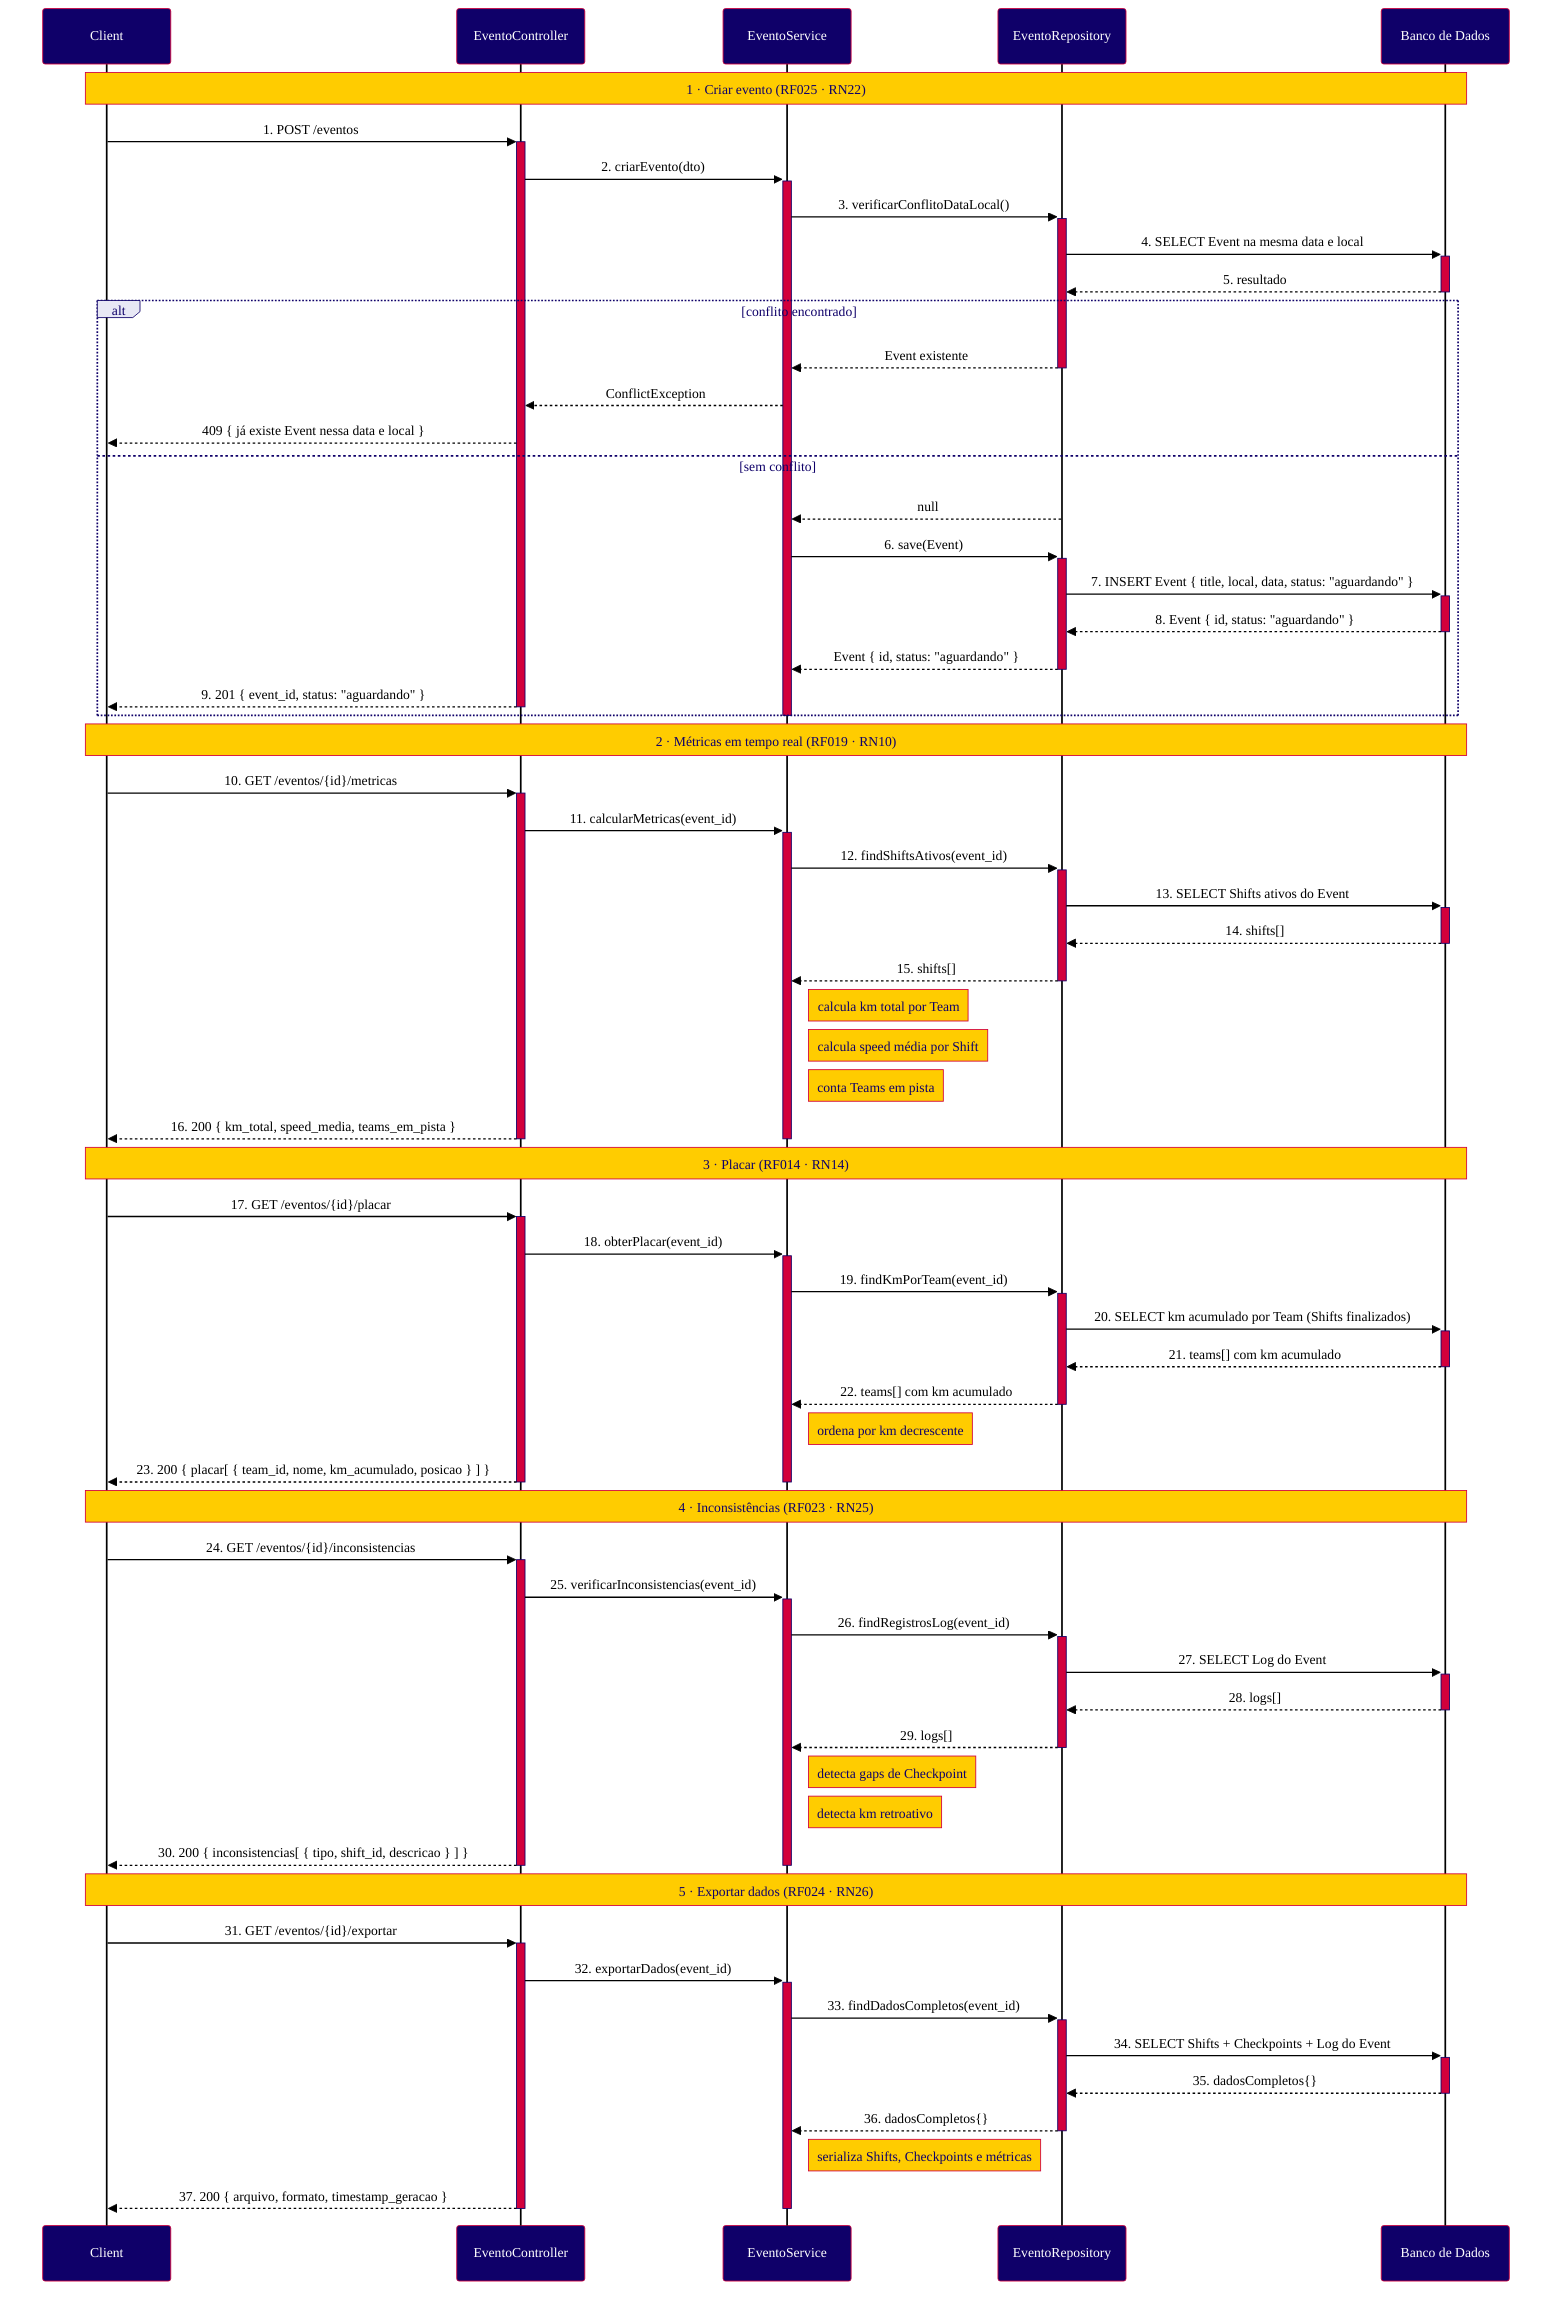
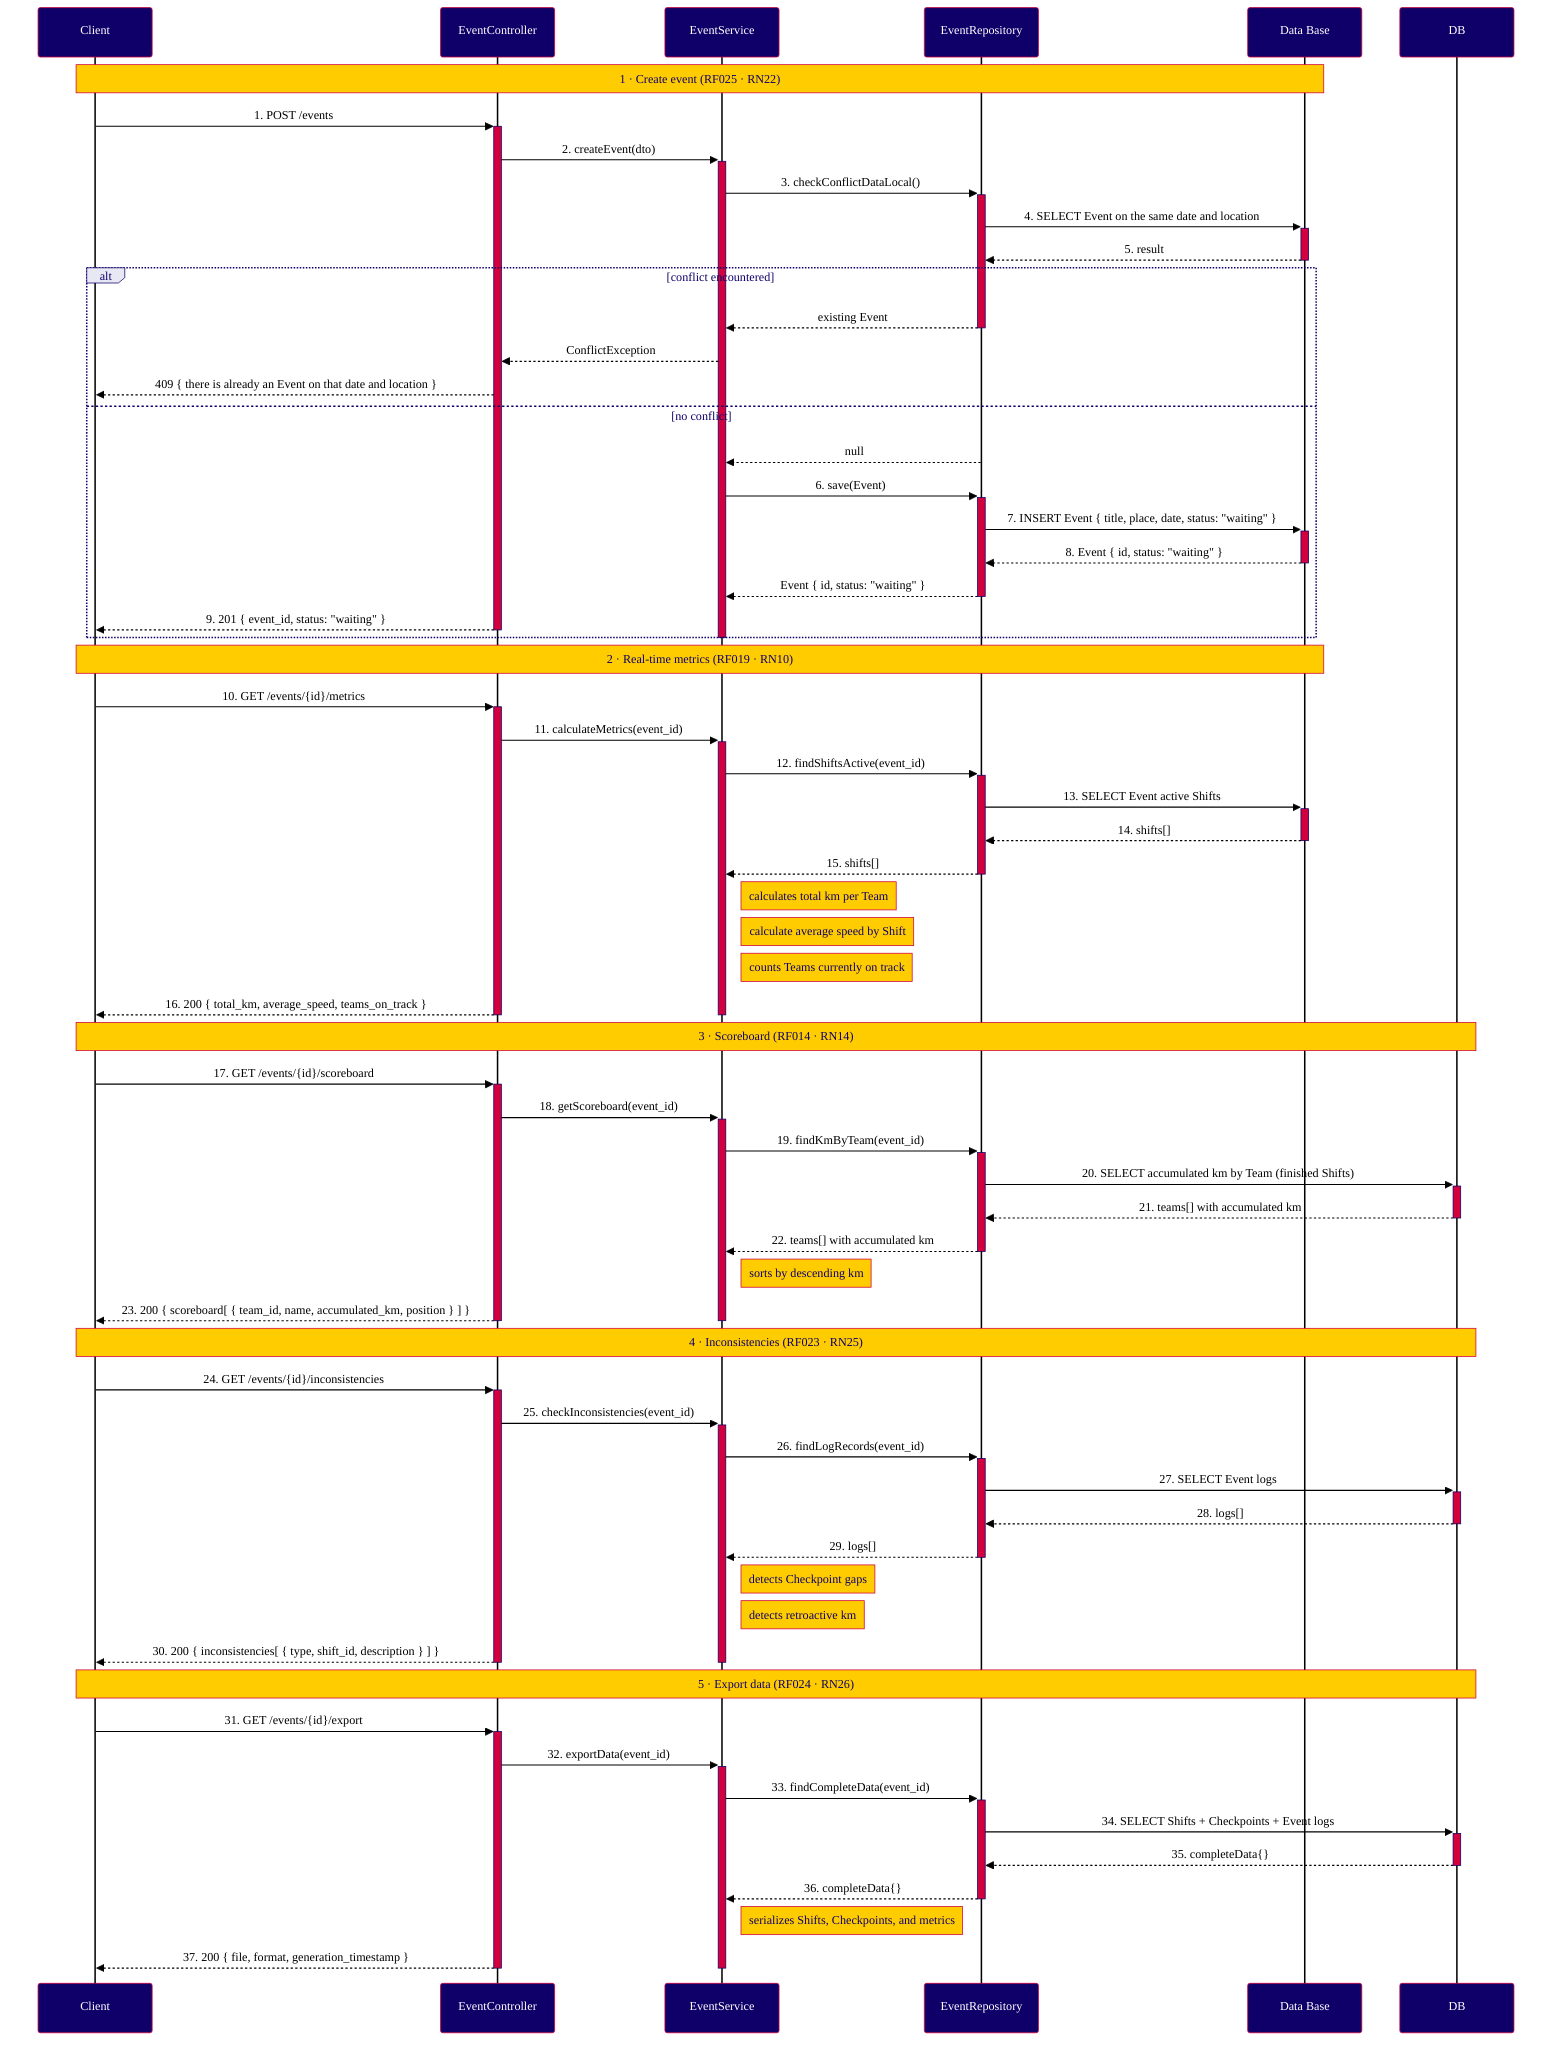

%%{init: {
  "theme": "base",
  "themeVariables": {
    "primaryColor": "#0F0069",
    "primaryTextColor": "#FFFFFF",
    "primaryBorderColor": "#D2003C",
    "secondaryColor": "#D2003C",
    "secondaryTextColor": "#FFFFFF",
    "secondaryBorderColor": "#D2003C",
    "tertiaryColor": "#E8E8F5",
    "tertiaryTextColor": "#0F0069",
    "tertiaryBorderColor": "#0F0069",
    "noteBkgColor": "#FFCC00",
    "noteTextColor": "#0F0069",
    "noteBorderColor": "#D2003C",
    "activationBkgColor": "#D2003C",
    "activationBorderColor": "#0F0069",
    "actorBkg": "#0F0069",
    "actorTextColor": "#FFFFFF",
    "actorBorderColor": "#D2003C",
    "actorLineColor": "#000000",
    "signalColor": "#000000",
    "signalTextColor": "#000000",
    "labelBoxBkgColor": "#E8E8F5",
    "labelBoxBorderColor": "#0F0069",
    "labelTextColor": "#0F0069",
    "loopTextColor": "#0F0069",
    "fontFamily": "Arial, sans-serif",
    "fontSize": "14px",
    "background": "#FFFFFF"
  }
}}%%
sequenceDiagram
    participant C as Client
-     participant CT as EventoController
-     participant ES as EventoService
-     participant ER as EventoRepository
-     participant BD as Banco de Dados
+     participant CT as EventController
+     participant ES as EventService
+     participant ER as EventRepository
+     participant BD as Data Base

-     Note over C,BD: 1 · Criar evento (RF025 · RN22)
+     Note over C,BD: 1 · Create event (RF025 · RN22)

-     C->>+CT: 1. POST /eventos
-     CT->>+ES: 2. criarEvento(dto)
-     ES->>+ER: 3. verificarConflitoDataLocal()
-     ER->>+BD: 4. SELECT Event na mesma data e local
-     BD-->>-ER: 5. resultado
-     alt conflito encontrado
-         ER-->>-ES: Event existente
+     C->>+CT: 1. POST /events
+     CT->>+ES: 2. createEvent(dto)
+     ES->>+ER: 3. checkConflictDataLocal()
+     ER->>+BD: 4. SELECT Event on the same date and location
+     BD-->>-ER: 5. result
+     alt conflict encountered
+         ER-->>-ES: existing Event
        ES-->>CT: ConflictException
-         CT-->>C: 409 { já existe Event nessa data e local }
-     else sem conflito
+         CT-->>C: 409 { there is already an Event on that date and location }
+     else no conflict
        ER-->>ES: null
        ES->>+ER: 6. save(Event)
-         ER->>+BD: 7. INSERT Event { title, local, data, status: "aguardando" }
-         BD-->>-ER: 8. Event { id, status: "aguardando" }
-         ER-->>-ES: Event { id, status: "aguardando" }
-         CT-->>-C: 9. 201 { event_id, status: "aguardando" }
+         ER->>+BD: 7. INSERT Event { title, place, date, status: "waiting" }
+         BD-->>-ER: 8. Event { id, status: "waiting" }
+         ER-->>-ES: Event { id, status: "waiting" }
+         CT-->>-C: 9. 201 { event_id, status: "waiting" }
    end
    deactivate ES

-     Note over C,BD: 2 · Métricas em tempo real (RF019 · RN10)
+     Note over C,BD: 2 · Real-time metrics (RF019 · RN10)

-     C->>+CT: 10. GET /eventos/{id}/metricas
-     CT->>+ES: 11. calcularMetricas(event_id)
-     ES->>+ER: 12. findShiftsAtivos(event_id)
-     ER->>+BD: 13. SELECT Shifts ativos do Event
+     C->>+CT: 10. GET /events/{id}/metrics
+     CT->>+ES: 11. calculateMetrics(event_id)
+     ES->>+ER: 12. findShiftsActive(event_id)
+     ER->>+BD: 13. SELECT Event active Shifts
    BD-->>-ER: 14. shifts[]
    ER-->>-ES: 15. shifts[]
-     Note right of ES: calcula km total por Team
-     Note right of ES: calcula speed média por Shift
-     Note right of ES: conta Teams em pista
-     CT-->>-C: 16. 200 { km_total, speed_media, teams_em_pista }
+     Note right of ES: calculates total km per Team
+     Note right of ES: calculate average speed by Shift
+     Note right of ES: counts Teams currently on track
+     CT-->>-C: 16. 200 { total_km, average_speed, teams_on_track }
    deactivate ES

-     Note over C,BD: 3 · Placar (RF014 · RN14)
+     Note over C,DB: 3 · Scoreboard (RF014 · RN14)

-     C->>+CT: 17. GET /eventos/{id}/placar
-     CT->>+ES: 18. obterPlacar(event_id)
-     ES->>+ER: 19. findKmPorTeam(event_id)
-     ER->>+BD: 20. SELECT km acumulado por Team (Shifts finalizados)
-     BD-->>-ER: 21. teams[] com km acumulado
-     ER-->>-ES: 22. teams[] com km acumulado
-     Note right of ES: ordena por km decrescente
-     CT-->>-C: 23. 200 { placar[ { team_id, nome, km_acumulado, posicao } ] }
+     C->>+CT: 17. GET /events/{id}/scoreboard
+     CT->>+ES: 18. getScoreboard(event_id)
+     ES->>+ER: 19. findKmByTeam(event_id)
+     ER->>+DB: 20. SELECT accumulated km by Team (finished Shifts)
+     DB-->>-ER: 21. teams[] with accumulated km
+     ER-->>-ES: 22. teams[] with accumulated km
+ 
+     Note right of ES: sorts by descending km
+     CT-->>-C: 23. 200 { scoreboard[ { team_id, name, accumulated_km, position } ] }
    deactivate ES

-     Note over C,BD: 4 · Inconsistências (RF023 · RN25)
+     Note over C,DB: 4 · Inconsistencies (RF023 · RN25)

-     C->>+CT: 24. GET /eventos/{id}/inconsistencias
-     CT->>+ES: 25. verificarInconsistencias(event_id)
-     ES->>+ER: 26. findRegistrosLog(event_id)
-     ER->>+BD: 27. SELECT Log do Event
-     BD-->>-ER: 28. logs[]
+     C->>+CT: 24. GET /events/{id}/inconsistencies
+     CT->>+ES: 25. checkInconsistencies(event_id)
+     ES->>+ER: 26. findLogRecords(event_id)
+     ER->>+DB: 27. SELECT Event logs
+     DB-->>-ER: 28. logs[]
    ER-->>-ES: 29. logs[]
-     Note right of ES: detecta gaps de Checkpoint
-     Note right of ES: detecta km retroativo
-     CT-->>-C: 30. 200 { inconsistencias[ { tipo, shift_id, descricao } ] }
+ 
+     Note right of ES: detects Checkpoint gaps
+     Note right of ES: detects retroactive km
+     CT-->>-C: 30. 200 { inconsistencies[ { type, shift_id, description } ] }
    deactivate ES

-     Note over C,BD: 5 · Exportar dados (RF024 · RN26)
+     Note over C,DB: 5 · Export data (RF024 · RN26)

-     C->>+CT: 31. GET /eventos/{id}/exportar
-     CT->>+ES: 32. exportarDados(event_id)
-     ES->>+ER: 33. findDadosCompletos(event_id)
-     ER->>+BD: 34. SELECT Shifts + Checkpoints + Log do Event
-     BD-->>-ER: 35. dadosCompletos{}
-     ER-->>-ES: 36. dadosCompletos{}
-     Note right of ES: serializa Shifts, Checkpoints e métricas
-     CT-->>-C: 37. 200 { arquivo, formato, timestamp_geracao }
-     deactivate ES
+     C->>+CT: 31. GET /events/{id}/export
+     CT->>+ES: 32. exportData(event_id)
+     ES->>+ER: 33. findCompleteData(event_id)
+     ER->>+DB: 34. SELECT Shifts + Checkpoints + Event logs
+     DB-->>-ER: 35. completeData{}
+     ER-->>-ES: 36. completeData{}

- 
+     Note right of ES: serializes Shifts, Checkpoints, and metrics
+     CT-->>-C: 37. 200 { file, format, generation_timestamp }
+     deactivate ES